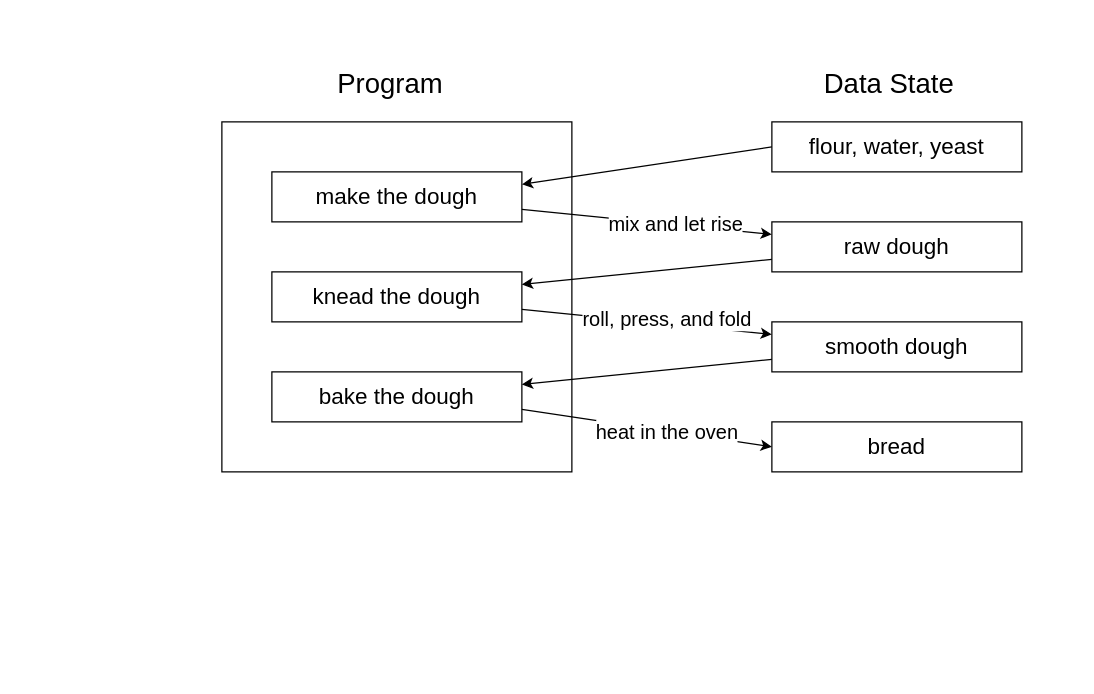
kushnertodd/basic-data-science-python keeps this draw.io diagram as page "bread-recipe" (17 of 18) of docs/diagrams.drawio. Above is the earlier version. Source tidied: cells renumbered, new cells numbered last; positions are measured from the earlier drawing's top-left corner, leaving out a move shared by most shapes. Both pictures are drawn from the tidied source at 125%, with x=0, y=0 at pixel (171, 21).
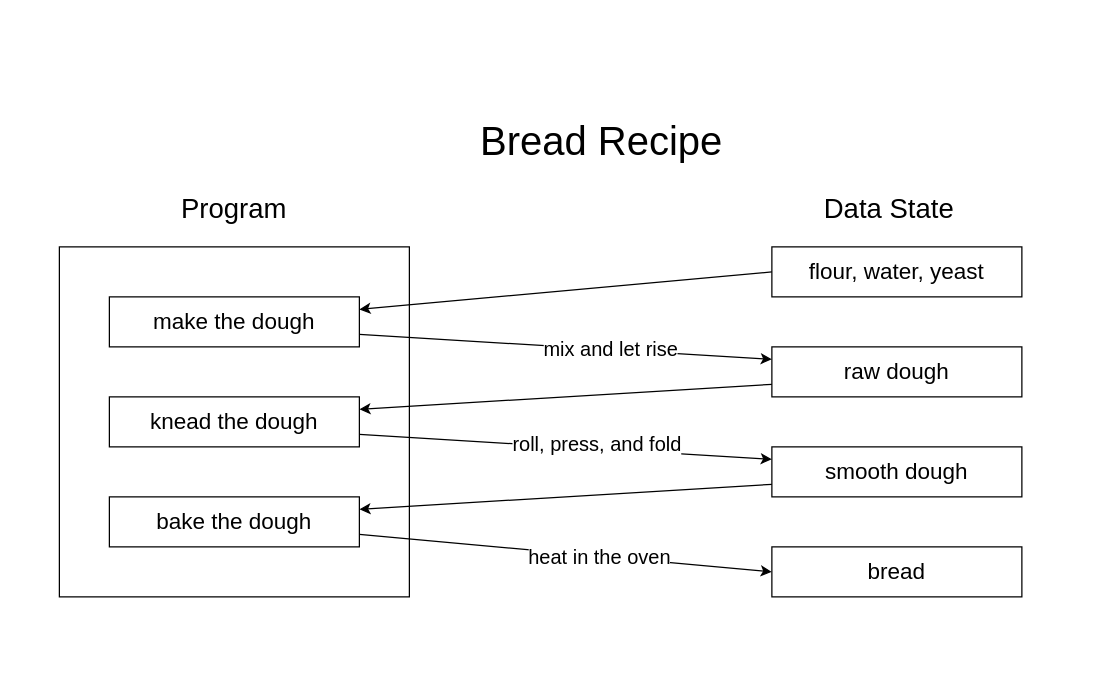
The same page after the edit.

Change to the diagram source:
```diff
@@
     <mxCell id="2" style="rounded=0;whiteSpace=wrap;html=1;textOpacity=0;opacity=0;" parent="1" vertex="1">
-      <mxGeometry width="720" height="400" as="geometry" />
+      <mxGeometry x="-120" y="40" width="830" height="480" as="geometry" />
     </mxCell>
     <mxCell id="3" style="rounded=0;whiteSpace=wrap;html=1;" parent="1" vertex="1">
-      <mxGeometry x="40" y="80" width="280" height="280" as="geometry" />
+      <mxGeometry x="-90" y="180" width="280" height="280" as="geometry" />
     </mxCell>
     <mxCell id="4" value="&lt;font style=&quot;font-size: 18px;&quot;&gt;make the dough&lt;/font&gt;" style="rounded=0;whiteSpace=wrap;html=1;fillColor=light-dark(#ffffff, #ededed);" parent="1" vertex="1">
-      <mxGeometry x="80" y="120" width="200" height="40" as="geometry" />
+      <mxGeometry x="-50" y="220" width="200" height="40" as="geometry" />
     </mxCell>
     <mxCell id="5" value="&lt;span style=&quot;font-size: 18px;&quot;&gt;flour,&amp;nbsp;&lt;/span&gt;&lt;span style=&quot;font-size: 18px; background-color: transparent; color: light-dark(rgb(0, 0, 0), rgb(255, 255, 255));&quot;&gt;water,&amp;nbsp;&lt;/span&gt;&lt;span style=&quot;font-size: 18px; background-color: transparent; color: light-dark(rgb(0, 0, 0), rgb(255, 255, 255));&quot;&gt;yeast&lt;/span&gt;" style="rounded=0;whiteSpace=wrap;html=1;fillColor=light-dark(#ffffff, #ededed);" parent="1" vertex="1">
-      <mxGeometry x="480" y="80" width="200" height="40" as="geometry" />
+      <mxGeometry x="480" y="180" width="200" height="40" as="geometry" />
     </mxCell>
     <mxCell id="6" value="Program" style="text;whiteSpace=wrap;fontSize=22;align=center;" parent="1" vertex="1">
-      <mxGeometry x="100" y="30" width="150" height="40" as="geometry" />
+      <mxGeometry x="-25" y="130" width="150" height="40" as="geometry" />
     </mxCell>
     <mxCell id="7" value="Data State" style="text;whiteSpace=wrap;fontSize=22;" parent="1" vertex="1">
-      <mxGeometry x="520" y="30" width="130" height="40" as="geometry" />
+      <mxGeometry x="520" y="130" width="130" height="40" as="geometry" />
     </mxCell>
@@
     <mxCell id="9" value="&lt;span style=&quot;font-size: 18px;&quot;&gt;raw dough&lt;/span&gt;" style="rounded=0;whiteSpace=wrap;html=1;fillColor=light-dark(#ffffff, #ededed);" parent="1" vertex="1">
-      <mxGeometry x="480" y="160" width="200" height="40" as="geometry" />
+      <mxGeometry x="480" y="260" width="200" height="40" as="geometry" />
     </mxCell>
@@
     <mxCell id="12" value="&lt;font style=&quot;font-size: 18px;&quot;&gt;knead the dough&lt;/font&gt;" style="rounded=0;whiteSpace=wrap;html=1;fillColor=light-dark(#ffffff, #ededed);" parent="1" vertex="1">
-      <mxGeometry x="80" y="200" width="200" height="40" as="geometry" />
+      <mxGeometry x="-50" y="300" width="200" height="40" as="geometry" />
     </mxCell>
@@
     <mxCell id="14" value="&lt;span style=&quot;font-size: 18px;&quot;&gt;smooth dough&lt;/span&gt;" style="rounded=0;whiteSpace=wrap;html=1;fillColor=light-dark(#ffffff, #ededed);" parent="1" vertex="1">
-      <mxGeometry x="480" y="240" width="200" height="40" as="geometry" />
+      <mxGeometry x="480" y="340" width="200" height="40" as="geometry" />
     </mxCell>
@@
     <mxCell id="17" value="&lt;font style=&quot;font-size: 18px;&quot;&gt;bake the dough&lt;/font&gt;" style="rounded=0;whiteSpace=wrap;html=1;fillColor=light-dark(#ffffff, #ededed);" parent="1" vertex="1">
-      <mxGeometry x="80" y="280" width="200" height="40" as="geometry" />
+      <mxGeometry x="-50" y="380" width="200" height="40" as="geometry" />
     </mxCell>
@@
     <mxCell id="19" value="&lt;span style=&quot;font-size: 18px;&quot;&gt;bread&lt;/span&gt;" style="rounded=0;whiteSpace=wrap;html=1;fillColor=light-dark(#ffffff, #ededed);" parent="1" vertex="1">
-      <mxGeometry x="480" y="320" width="200" height="40" as="geometry" />
+      <mxGeometry x="480" y="420" width="200" height="40" as="geometry" />
     </mxCell>
@@
+    <mxCell id="22" value="Bread Recipe" style="text;whiteSpace=wrap;fontSize=32;" parent="1" vertex="1">
+      <mxGeometry x="245" y="70" width="230" height="40" as="geometry" />
+    </mxCell>
```
